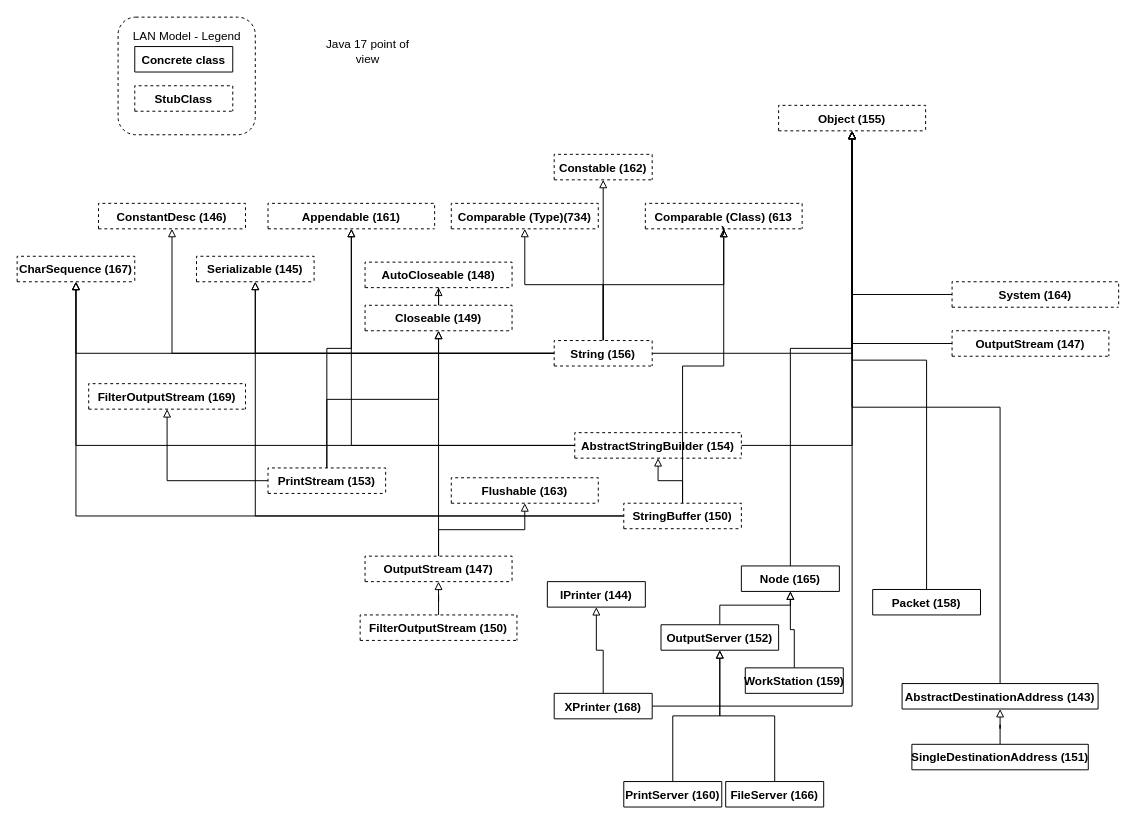
This is docs/lanModel.drawio from NicolasAnquetil/VerveineJ, a draw.io file, before an edit. Source tidied: cells renumbered, new cells numbered last; positions are measured from the earlier drawing's top-left corner, leaving out a move shared by most shapes. Both pictures are drawn from the tidied source at 98%, with x=0, y=0 at pixel (17, 17).
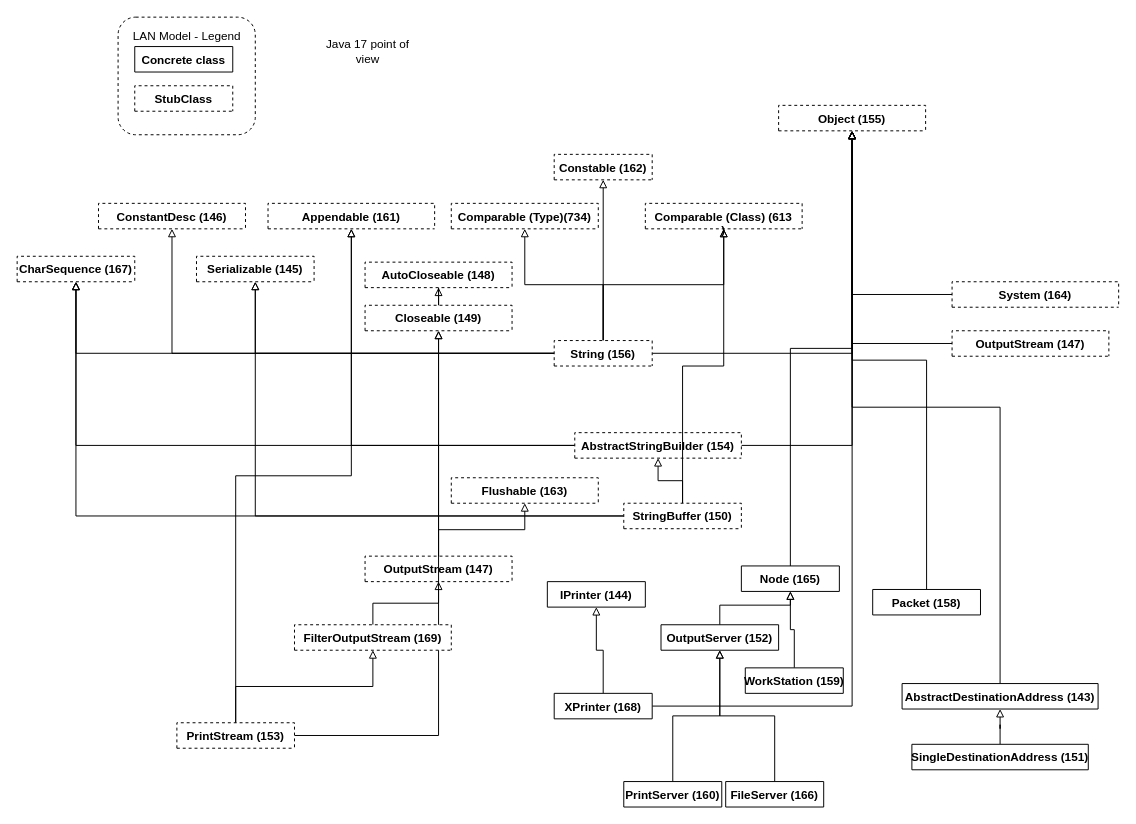
After the change.

Unchanged cells that the change refers to:
```xml
<mxCell id="28" value="OutputStream (147)" style="swimlane;fontStyle=1;align=center;verticalAlign=top;horizontal=1;startSize=26;dashed=1;swimlaneLine=1;" parent="1" vertex="1" collapsed="1">
  <mxGeometry x="355" y="550" width="150" height="26" as="geometry" />
</mxCell>
```

Diff of the diagram source:
```diff
@@
-    <mxCell id="48" style="edgeStyle=orthogonalEdgeStyle;rounded=0;jettySize=auto;html=1;entryX=0.5;entryY=1;entryDx=0;entryDy=0;endArrow=block;endFill=0;" parent="1" edge="1" source="49" target="28">
-      <mxGeometry relative="1" as="geometry" />
-    </mxCell>
-    <mxCell id="49" value="FilterOutputStream (150)" style="swimlane;fontStyle=1;align=center;verticalAlign=top;horizontal=1;startSize=26;dashed=1;" parent="1" vertex="1" collapsed="1">
-      <mxGeometry x="350" y="610" width="160" height="26" as="geometry" />
-    </mxCell>
@@
     <mxCell id="55" value="PrintStream (153)" style="swimlane;fontStyle=1;align=center;verticalAlign=top;horizontal=1;startSize=26;dashed=1;" parent="1" vertex="1" collapsed="1">
-      <mxGeometry x="256" y="460" width="120" height="26" as="geometry" />
+      <mxGeometry x="163" y="720" width="120" height="26" as="geometry" />
     </mxCell>
+    <mxCell id="70" style="edgeStyle=orthogonalEdgeStyle;rounded=0;jettySize=auto;html=1;endArrow=block;endFill=0;" parent="1" edge="1" source="56" target="28">
+      <mxGeometry relative="1" as="geometry" />
+    </mxCell>
     <mxCell id="56" value="FilterOutputStream (169)" style="swimlane;fontStyle=1;align=center;verticalAlign=top;horizontal=1;startSize=26;dashed=1;" parent="1" vertex="1" collapsed="1">
-      <mxGeometry x="73" y="374" width="160" height="26" as="geometry" />
+      <mxGeometry x="283" y="620" width="160" height="26" as="geometry" />
     </mxCell>
```
